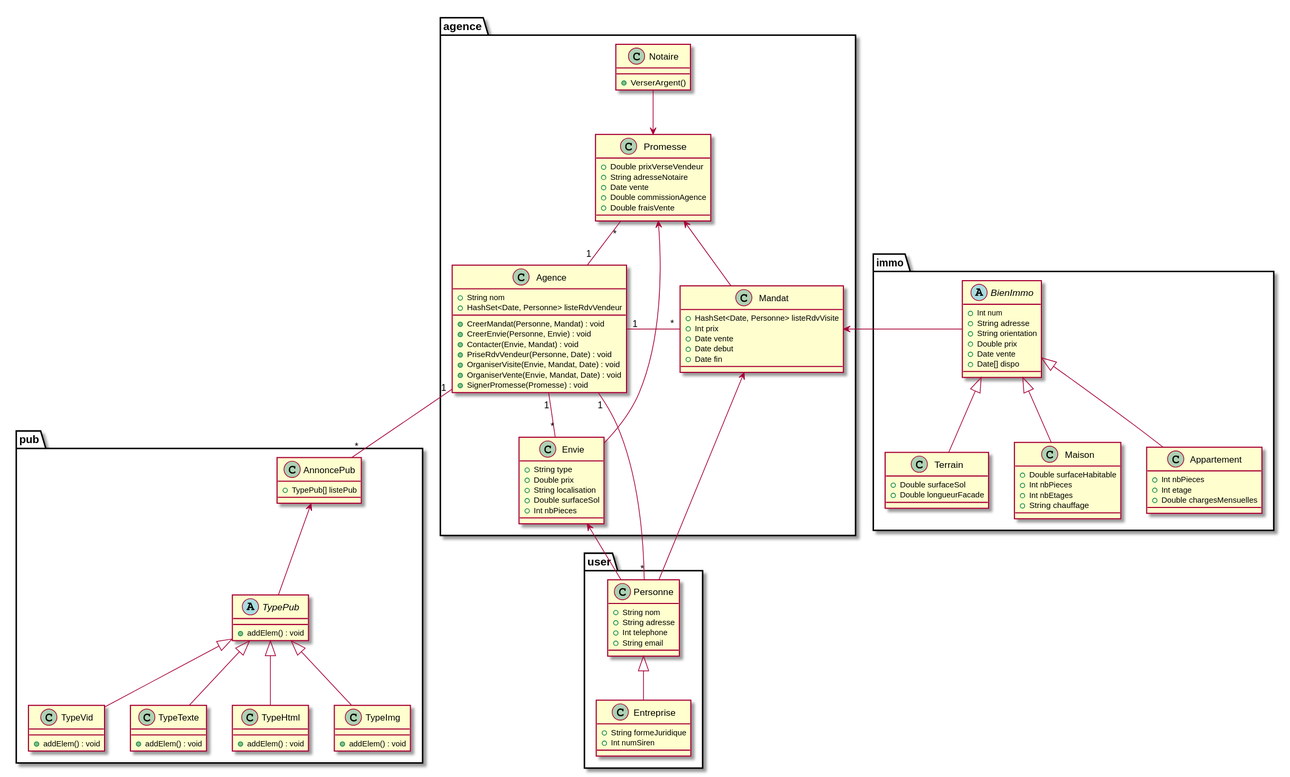
Earlier version of the PlantUML export DOC/UML/diagClass.svg (DenisGuiraudet/MIASHS_UML_PTUT).
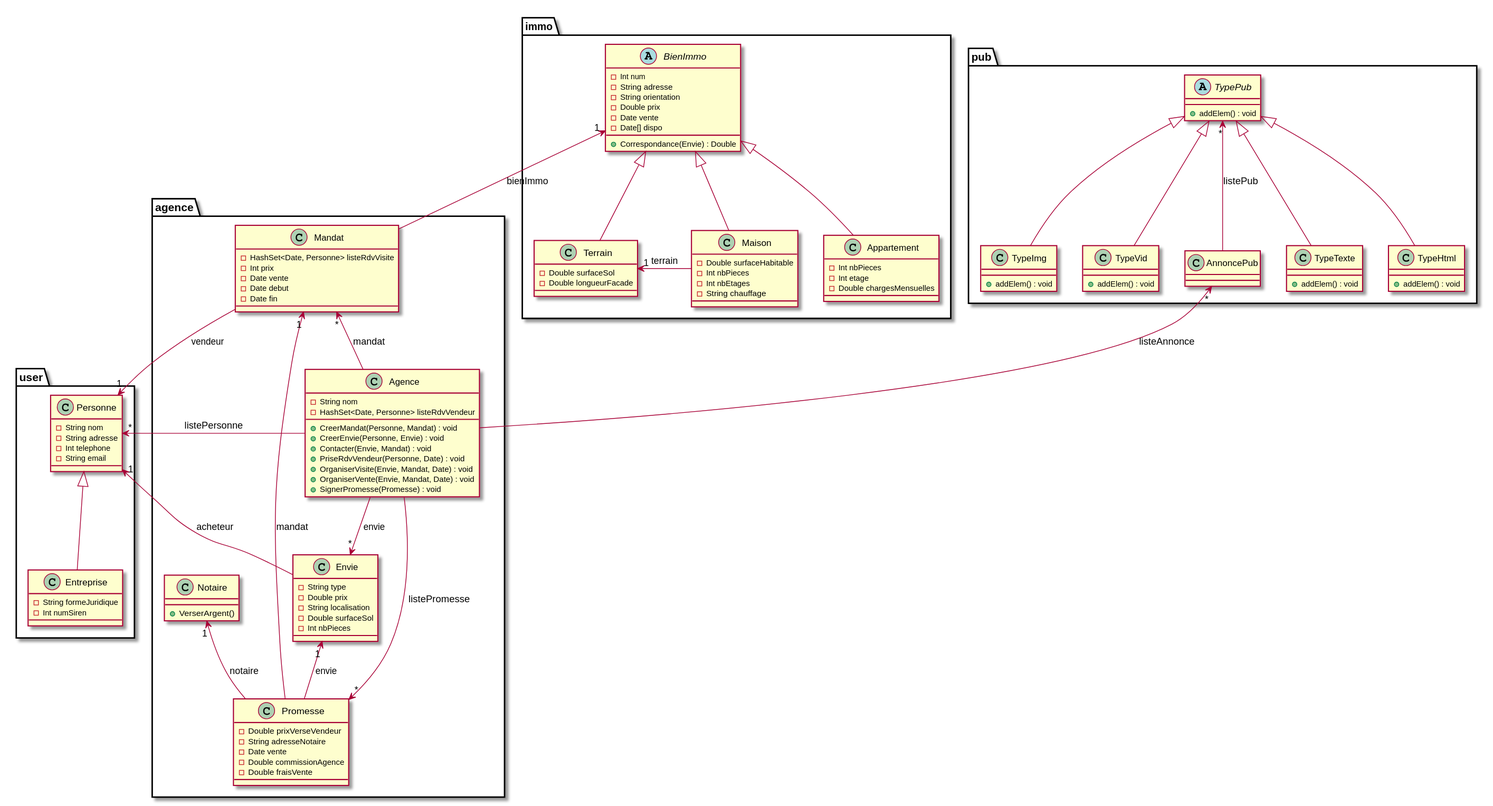
The same file after the commit.

Commit message:
seq debut

What changed in the source:
```diff
@@ -3,15 +3,15 @@
 package user {
 
   class Personne {
-    +String nom
-    +String adresse
-    +Int telephone
-    +String email
+    -String nom
+    -String adresse
+    -Int telephone
+    -String email
   }
 
   class Entreprise {
-    +String formeJuridique
-    +Int numSiren
+    -String formeJuridique
+    -Int numSiren
   }
 
   Entreprise -up-|> Personne
@@ -21,8 +21,8 @@
 package agence {
 
   class Agence {
-    +String nom
-    +HashSet<Date, Personne> listeRdvVendeur
+    -String nom
+    -HashSet<Date, Personne> listeRdvVendeur
     +CreerMandat(Personne, Mandat) : void
     +CreerEnvie(Personne, Envie) : void
     +Contacter(Envie, Mandat) : void
@@ -32,63 +32,61 @@
     +SignerPromesse(Promesse) : void
   }
 
-  Personne "*"-up-"1" Agence
+  Personne "*"<-- Agence : "listePersonne"
 
   class Envie {
-    +String type
-    +Double prix
-    +String localisation
-    +Double surfaceSol
-    +Int nbPieces
+    -String type
+    -Double prix
+    -String localisation
+    -Double surfaceSol
+    -Int nbPieces
   }
 
   class Mandat {
-    +HashSet<Date, Personne> listeRdvVisite
-    +Int prix
-    +Date vente
-    +Date debut
-    +Date fin
+    -HashSet<Date, Personne> listeRdvVisite
+    -Int prix
+    -Date vente
+    -Date debut
+    -Date fin
   }
 
-  Agence "1"-left-"*" Mandat
-  Agence "1"--"*" Envie
+  Agence -up->"*" Mandat : "mandat"
+  Agence -->"*" Envie : "envie"
 
-  Envie <-- Personne
-  Mandat <-- Personne
+  Envie -->"1" Personne : "acheteur"
+  Mandat -->"1" Personne : "vendeur"
 
   class Promesse {
-    +Double prixVerseVendeur
-    +String adresseNotaire
-    +Date vente
-    +Double commissionAgence
-    +Double fraisVente
+    -Double prixVerseVendeur
+    -String adresseNotaire
+    -Date vente
+    -Double commissionAgence
+    -Double fraisVente
   }
 
-  Agence "1"-up-"*" Promesse
-  Mandat -up-> Promesse
-  Envie -up-> Promesse
+  Agence -->"*" Promesse : "listePromesse"
+  Mandat "1"<-- Promesse : "mandat"
+  Envie "1"<-- Promesse : "envie"
 
   class Notaire {
     +VerserArgent()
   }
 
-  Notaire -down-> Promesse
+  Notaire "1"<-- Promesse : "notaire"
 
 }
 
 package pub {
 
   class AnnoncePub {
-    +TypePub[] listePub
   }
 
-  Agence "1"-down-"*" AnnoncePub
+  AnnoncePub "*"<-- Agence : "listeAnnonce"
+  TypePub "*"<-- AnnoncePub : "listePub"
 
   abstract class TypePub {
     +addElem() : void
   }
-
-  TypePub -up-> AnnoncePub
 
   class TypeTexte {
     +addElem() : void
@@ -116,38 +114,41 @@
 package immo {
 
   abstract class BienImmo {
-    +Int num
-    +String adresse
-    +String orientation
-    +Double prix
-    +Date vente
-    +Date[] dispo
+    -Int num
+    -String adresse
+    -String orientation
+    -Double prix
+    -Date vente
+    -Date[] dispo
+    +Correspondance(Envie) : Double
   }
 
   class Terrain {
-    +Double surfaceSol
-    +Double longueurFacade
+    -Double surfaceSol
+    -Double longueurFacade
   }
 
   class Maison {
-    +Double surfaceHabitable
-    +Int nbPieces
-    +Int nbEtages
-    +String chauffage
+    -Double surfaceHabitable
+    -Int nbPieces
+    -Int nbEtages
+    -String chauffage
   }
 
   class Appartement {
-    +Int nbPieces
-    +Int etage
-    +Double chargesMensuelles
+    -Int nbPieces
+    -Int etage
+    -Double chargesMensuelles
   }
 
-  BienImmo -left-> Mandat
+  BienImmo "1"<-- Mandat : "bienImmo"
 
   Terrain -up-|> BienImmo
   Maison -up-|> BienImmo
   Appartement -up-|> BienImmo
 
+  Maison -left->"1" Terrain : "terrain"
+
 }
 
 @enduml
```
